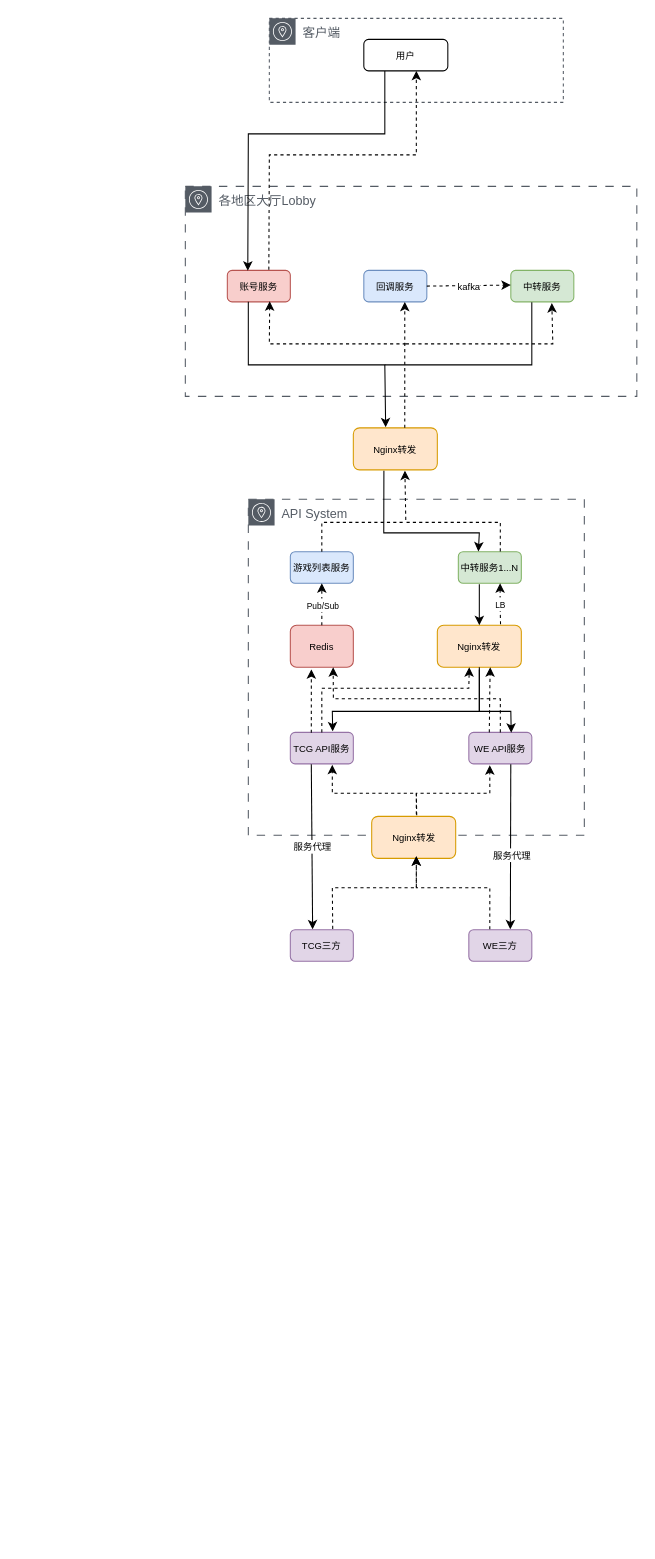
scodfield/ppt keeps this draw.io diagram as 初步架构.drawio. Above is the earlier version. Source tidied: cells renumbered, new cells numbered last; positions are measured from the earlier drawing's top-left corner, leaving out a move shared by most shapes. Both pictures are drawn from the tidied source at 105%, with x=0, y=0 at pixel (185, 18).
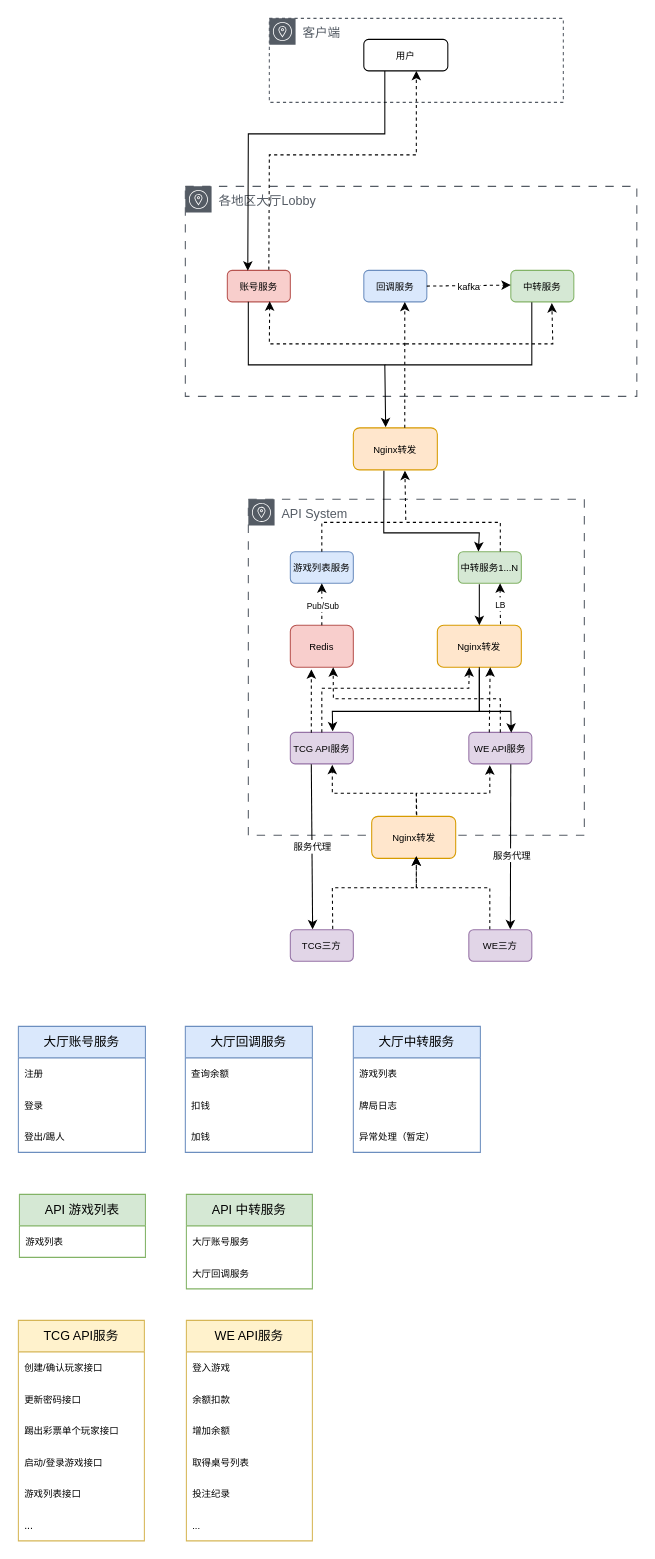
The same page after the edit.

What changed in the source:
```diff
@@
+    <mxCell id="50" value="&lt;font style=&quot;font-size: 12px;&quot;&gt;大厅账号服务&lt;/font&gt;" style="swimlane;fontStyle=0;horizontal=1;startSize=30;whiteSpace=wrap;html=1;fillColor=#dae8fc;strokeColor=#6c8ebf;" parent="1" vertex="1">
+      <mxGeometry x="-159" y="960" width="121" height="120" as="geometry" />
+    </mxCell>
+    <mxCell id="51" value="&lt;font style=&quot;font-size: 9px;&quot;&gt;注册&lt;/font&gt;" style="text;strokeColor=none;fillColor=none;align=left;verticalAlign=middle;spacingLeft=4;spacingRight=4;overflow=hidden;whiteSpace=wrap;html=1;" parent="50" vertex="1">
+      <mxGeometry y="30" width="121" height="30" as="geometry" />
+    </mxCell>
+    <mxCell id="52" value="&lt;font style=&quot;font-size: 9px;&quot;&gt;登录&lt;/font&gt;" style="text;strokeColor=none;fillColor=none;align=left;verticalAlign=middle;spacingLeft=4;spacingRight=4;overflow=hidden;whiteSpace=wrap;html=1;" parent="50" vertex="1">
+      <mxGeometry y="60" width="121" height="30" as="geometry" />
+    </mxCell>
+    <mxCell id="53" value="&lt;font style=&quot;font-size: 9px;&quot;&gt;登出/踢人&lt;/font&gt;" style="text;strokeColor=none;fillColor=none;align=left;verticalAlign=middle;spacingLeft=4;spacingRight=4;overflow=hidden;whiteSpace=wrap;html=1;" parent="50" vertex="1">
+      <mxGeometry y="90" width="121" height="30" as="geometry" />
+    </mxCell>
+    <mxCell id="54" value="大厅回调服务" style="swimlane;fontStyle=0;horizontal=1;startSize=30;whiteSpace=wrap;html=1;fillColor=#dae8fc;strokeColor=#6c8ebf;" parent="1" vertex="1">
+      <mxGeometry y="960" width="121" height="120" as="geometry" />
+    </mxCell>
+    <mxCell id="55" value="&lt;font style=&quot;font-size: 9px;&quot;&gt;查询余额&lt;/font&gt;" style="text;strokeColor=none;fillColor=none;align=left;verticalAlign=middle;spacingLeft=4;spacingRight=4;overflow=hidden;whiteSpace=wrap;html=1;" parent="54" vertex="1">
+      <mxGeometry y="30" width="121" height="30" as="geometry" />
+    </mxCell>
+    <mxCell id="56" value="&lt;font style=&quot;font-size: 9px;&quot;&gt;扣钱&lt;/font&gt;" style="text;strokeColor=none;fillColor=none;align=left;verticalAlign=middle;spacingLeft=4;spacingRight=4;overflow=hidden;whiteSpace=wrap;html=1;" parent="54" vertex="1">
+      <mxGeometry y="60" width="121" height="30" as="geometry" />
+    </mxCell>
+    <mxCell id="57" value="&lt;font style=&quot;font-size: 9px;&quot;&gt;加钱&lt;/font&gt;" style="text;strokeColor=none;fillColor=none;align=left;verticalAlign=middle;spacingLeft=4;spacingRight=4;overflow=hidden;whiteSpace=wrap;html=1;" parent="54" vertex="1">
+      <mxGeometry y="90" width="121" height="30" as="geometry" />
+    </mxCell>
+    <mxCell id="58" value="大厅中转服务" style="swimlane;fontStyle=0;horizontal=1;startSize=30;whiteSpace=wrap;html=1;fillColor=#dae8fc;strokeColor=#6c8ebf;" parent="1" vertex="1">
+      <mxGeometry x="160" y="960" width="121" height="120" as="geometry" />
+    </mxCell>
+    <mxCell id="59" value="&lt;font style=&quot;font-size: 9px;&quot;&gt;游戏列表&lt;/font&gt;" style="text;strokeColor=none;fillColor=none;align=left;verticalAlign=middle;spacingLeft=4;spacingRight=4;overflow=hidden;whiteSpace=wrap;html=1;" parent="58" vertex="1">
+      <mxGeometry y="30" width="121" height="30" as="geometry" />
+    </mxCell>
+    <mxCell id="60" value="&lt;font style=&quot;font-size: 9px;&quot;&gt;牌局日志&lt;/font&gt;" style="text;strokeColor=none;fillColor=none;align=left;verticalAlign=middle;spacingLeft=4;spacingRight=4;overflow=hidden;whiteSpace=wrap;html=1;" parent="58" vertex="1">
+      <mxGeometry y="60" width="121" height="30" as="geometry" />
+    </mxCell>
+    <mxCell id="61" value="&lt;font style=&quot;font-size: 9px;&quot;&gt;异常处理（暂定）&lt;/font&gt;" style="text;strokeColor=none;fillColor=none;align=left;verticalAlign=middle;spacingLeft=4;spacingRight=4;overflow=hidden;whiteSpace=wrap;html=1;" parent="58" vertex="1">
+      <mxGeometry y="90" width="121" height="30" as="geometry" />
+    </mxCell>
+    <mxCell id="62" value="API 游戏列表" style="swimlane;fontStyle=0;horizontal=1;startSize=30;whiteSpace=wrap;html=1;fillColor=#d5e8d4;strokeColor=#82b366;" parent="1" vertex="1">
+      <mxGeometry x="-158" y="1120" width="120" height="60" as="geometry" />
+    </mxCell>
+    <mxCell id="63" value="&lt;font style=&quot;font-size: 9px;&quot;&gt;游戏列表&lt;/font&gt;" style="text;strokeColor=none;fillColor=none;align=left;verticalAlign=middle;spacingLeft=4;spacingRight=4;overflow=hidden;whiteSpace=wrap;html=1;" parent="62" vertex="1">
+      <mxGeometry y="30" width="120" height="30" as="geometry" />
+    </mxCell>
+    <mxCell id="64" value="API 中转服务" style="swimlane;fontStyle=0;horizontal=1;startSize=30;whiteSpace=wrap;html=1;fillColor=#d5e8d4;strokeColor=#82b366;" parent="1" vertex="1">
+      <mxGeometry x="1" y="1120" width="120" height="90" as="geometry" />
+    </mxCell>
+    <mxCell id="65" value="&lt;font style=&quot;font-size: 9px;&quot;&gt;大厅账号服务&lt;/font&gt;" style="text;strokeColor=none;fillColor=none;align=left;verticalAlign=middle;spacingLeft=4;spacingRight=4;overflow=hidden;whiteSpace=wrap;html=1;" parent="64" vertex="1">
+      <mxGeometry y="30" width="120" height="30" as="geometry" />
+    </mxCell>
+    <mxCell id="66" value="&lt;font style=&quot;font-size: 9px;&quot;&gt;大厅回调服务&lt;/font&gt;" style="text;strokeColor=none;fillColor=none;align=left;verticalAlign=middle;spacingLeft=4;spacingRight=4;overflow=hidden;whiteSpace=wrap;html=1;" parent="64" vertex="1">
+      <mxGeometry y="60" width="120" height="30" as="geometry" />
+    </mxCell>
+    <mxCell id="67" value="TCG API服务" style="swimlane;fontStyle=0;horizontal=1;startSize=30;whiteSpace=wrap;html=1;fillColor=#fff2cc;strokeColor=#d6b656;" parent="1" vertex="1">
+      <mxGeometry x="-159" y="1240" width="120" height="210" as="geometry" />
+    </mxCell>
+    <mxCell id="68" value="&lt;font style=&quot;font-size: 9px;&quot;&gt;创建/确认玩家接口&lt;/font&gt;" style="text;strokeColor=none;fillColor=none;align=left;verticalAlign=middle;spacingLeft=4;spacingRight=4;overflow=hidden;whiteSpace=wrap;html=1;" parent="67" vertex="1">
+      <mxGeometry y="30" width="120" height="30" as="geometry" />
+    </mxCell>
+    <mxCell id="69" value="&lt;font style=&quot;font-size: 9px;&quot;&gt;更新密码接口&lt;/font&gt;" style="text;strokeColor=none;fillColor=none;align=left;verticalAlign=middle;spacingLeft=4;spacingRight=4;overflow=hidden;whiteSpace=wrap;html=1;" parent="67" vertex="1">
+      <mxGeometry y="60" width="120" height="30" as="geometry" />
+    </mxCell>
+    <mxCell id="70" value="&lt;font style=&quot;font-size: 9px;&quot;&gt;踢出彩票单个玩家接口&lt;/font&gt;" style="text;strokeColor=none;fillColor=none;align=left;verticalAlign=middle;spacingLeft=4;spacingRight=4;overflow=hidden;whiteSpace=wrap;html=1;" parent="67" vertex="1">
+      <mxGeometry y="90" width="120" height="30" as="geometry" />
+    </mxCell>
+    <mxCell id="71" value="&lt;font style=&quot;font-size: 9px;&quot;&gt;启动/登录游戏接口&lt;/font&gt;" style="text;strokeColor=none;fillColor=none;align=left;verticalAlign=middle;spacingLeft=4;spacingRight=4;overflow=hidden;whiteSpace=wrap;html=1;" parent="67" vertex="1">
+      <mxGeometry y="120" width="120" height="30" as="geometry" />
+    </mxCell>
+    <mxCell id="72" value="&lt;font style=&quot;font-size: 9px;&quot;&gt;游戏列表接口&lt;/font&gt;" style="text;strokeColor=none;fillColor=none;align=left;verticalAlign=middle;spacingLeft=4;spacingRight=4;overflow=hidden;whiteSpace=wrap;html=1;" parent="67" vertex="1">
+      <mxGeometry y="150" width="120" height="30" as="geometry" />
+    </mxCell>
+    <mxCell id="73" value="&lt;font size=&quot;1&quot;&gt;...&lt;/font&gt;" style="text;strokeColor=none;fillColor=none;align=left;verticalAlign=middle;spacingLeft=4;spacingRight=4;overflow=hidden;whiteSpace=wrap;html=1;" parent="67" vertex="1">
+      <mxGeometry y="180" width="120" height="30" as="geometry" />
+    </mxCell>
+    <mxCell id="74" value="WE API服务" style="swimlane;fontStyle=0;horizontal=1;startSize=30;whiteSpace=wrap;html=1;fillColor=#fff2cc;strokeColor=#d6b656;" parent="1" vertex="1">
+      <mxGeometry x="1" y="1240" width="120" height="210" as="geometry" />
+    </mxCell>
+    <mxCell id="75" value="&lt;font style=&quot;font-size: 9px;&quot;&gt;登入游戏&lt;/font&gt;" style="text;strokeColor=none;fillColor=none;align=left;verticalAlign=middle;spacingLeft=4;spacingRight=4;overflow=hidden;whiteSpace=wrap;html=1;" parent="74" vertex="1">
+      <mxGeometry y="30" width="120" height="30" as="geometry" />
+    </mxCell>
+    <mxCell id="76" value="&lt;font style=&quot;font-size: 9px;&quot;&gt;余额扣款&lt;/font&gt;" style="text;strokeColor=none;fillColor=none;align=left;verticalAlign=middle;spacingLeft=4;spacingRight=4;overflow=hidden;whiteSpace=wrap;html=1;" parent="74" vertex="1">
+      <mxGeometry y="60" width="120" height="30" as="geometry" />
+    </mxCell>
+    <mxCell id="77" value="&lt;font style=&quot;font-size: 9px;&quot;&gt;增加余额&lt;/font&gt;" style="text;strokeColor=none;fillColor=none;align=left;verticalAlign=middle;spacingLeft=4;spacingRight=4;overflow=hidden;whiteSpace=wrap;html=1;" parent="74" vertex="1">
+      <mxGeometry y="90" width="120" height="30" as="geometry" />
+    </mxCell>
+    <mxCell id="78" value="&lt;font style=&quot;font-size: 9px;&quot;&gt;取得桌号列表&lt;/font&gt;" style="text;strokeColor=none;fillColor=none;align=left;verticalAlign=middle;spacingLeft=4;spacingRight=4;overflow=hidden;whiteSpace=wrap;html=1;" parent="74" vertex="1">
+      <mxGeometry y="120" width="120" height="30" as="geometry" />
+    </mxCell>
+    <mxCell id="79" value="&lt;font style=&quot;font-size: 9px;&quot;&gt;投注纪录&lt;/font&gt;" style="text;strokeColor=none;fillColor=none;align=left;verticalAlign=middle;spacingLeft=4;spacingRight=4;overflow=hidden;whiteSpace=wrap;html=1;" parent="74" vertex="1">
+      <mxGeometry y="150" width="120" height="30" as="geometry" />
+    </mxCell>
+    <mxCell id="80" value="&lt;font style=&quot;font-size: 9px;&quot;&gt;...&lt;/font&gt;" style="text;strokeColor=none;fillColor=none;align=left;verticalAlign=middle;spacingLeft=4;spacingRight=4;overflow=hidden;whiteSpace=wrap;html=1;" parent="74" vertex="1">
+      <mxGeometry y="180" width="120" height="30" as="geometry" />
+    </mxCell>
```
